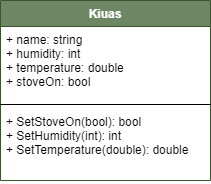
Before: Images/T6/T6-Kiuas-UML.png, a diagram exported from draw.io (antipoppi/olio-tehtavat). Source tidied: cells renumbered, new cells last; positions are measured from the earlier drawing's top-left corner, leaving out a move shared by most shapes.
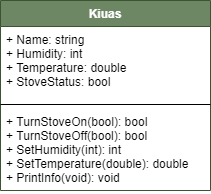
The same file after the commit.

What changed in the source:
```diff
@@ -3,16 +3,16 @@
     <mxCell id="0" />
     <mxCell id="1" parent="0" />
     <mxCell id="2" value="Kiuas" style="swimlane;fontStyle=1;align=center;verticalAlign=top;horizontal=1;startSize=26;rounded=0;fillColor=#6d8764;strokeColor=#3A5431;fontColor=#ffffff;" parent="1" vertex="1">
-      <mxGeometry width="210" height="180" as="geometry" />
+      <mxGeometry width="210" height="190" as="geometry" />
     </mxCell>
-    <mxCell id="3" value="+ name: string&#10;+ humidity: int&#10;+ temperature: double&#10;+ stoveOn: bool" style="text;strokeColor=none;fillColor=none;align=left;verticalAlign=top;spacingLeft=4;spacingRight=4;overflow=hidden;" parent="2" vertex="1">
+    <mxCell id="3" value="+ Name: string&#10;+ Humidity: int&#10;+ Temperature: double&#10;+ StoveStatus: bool" style="text;strokeColor=none;fillColor=none;align=left;verticalAlign=top;spacingLeft=4;spacingRight=4;overflow=hidden;" parent="2" vertex="1">
       <mxGeometry y="26" width="210" height="74" as="geometry" />
     </mxCell>
     <mxCell id="4" style="line;strokeWidth=1;fillColor=none;align=left;verticalAlign=middle;spacingTop=-1;spacingLeft=3;spacingRight=3;labelPosition=right;" parent="2" vertex="1">
       <mxGeometry y="100" width="210" height="8" as="geometry" />
     </mxCell>
-    <mxCell id="5" value="+ SetStoveOn(bool): bool&#10;+ SetHumidity(int): int&#10;+ SetTemperature(double): double" style="text;strokeColor=none;fillColor=none;align=left;verticalAlign=top;spacingLeft=4;spacingRight=4;overflow=hidden;" parent="2" vertex="1">
-      <mxGeometry y="108" width="210" height="72" as="geometry" />
+    <mxCell id="5" value="+ TurnStoveOn(bool): bool&#10;+ TurnStoveOff(bool): bool&#10;+ SetHumidity(int): int&#10;+ SetTemperature(double): double&#10;+ PrintInfo(void): void" style="text;strokeColor=none;fillColor=none;align=left;verticalAlign=top;spacingLeft=4;spacingRight=4;overflow=hidden;" parent="2" vertex="1">
+      <mxGeometry y="108" width="210" height="82" as="geometry" />
     </mxCell>
   </root>
 </mxGraphModel>
```
